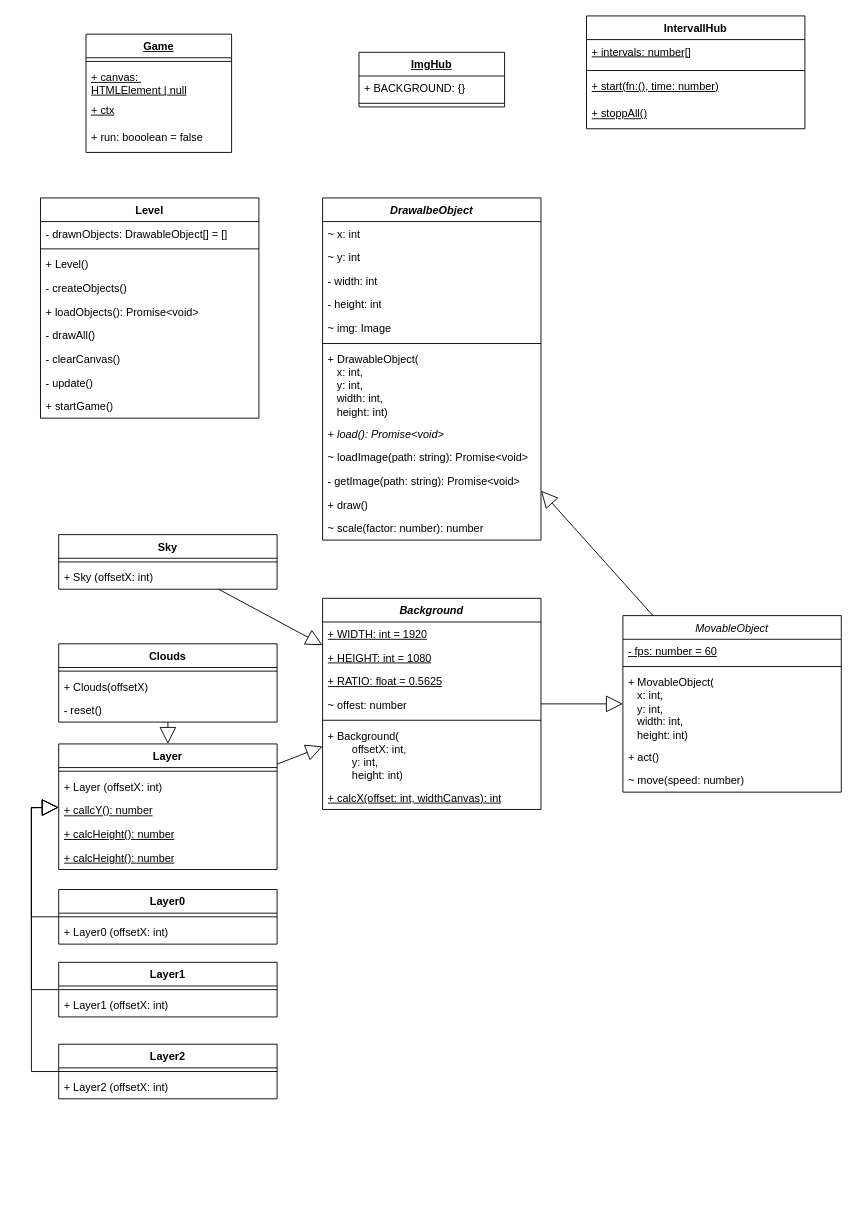
This is docs/classes.drawio from elma1989/el-pollo-loco, a draw.io file, before an edit. Source tidied: cells renumbered, new cells numbered last; positions are measured from the earlier drawing's top-left corner, leaving out a move shared by most shapes. Both pictures are drawn from the tidied source at 91%, with x=0, y=0 at pixel (31, 15).
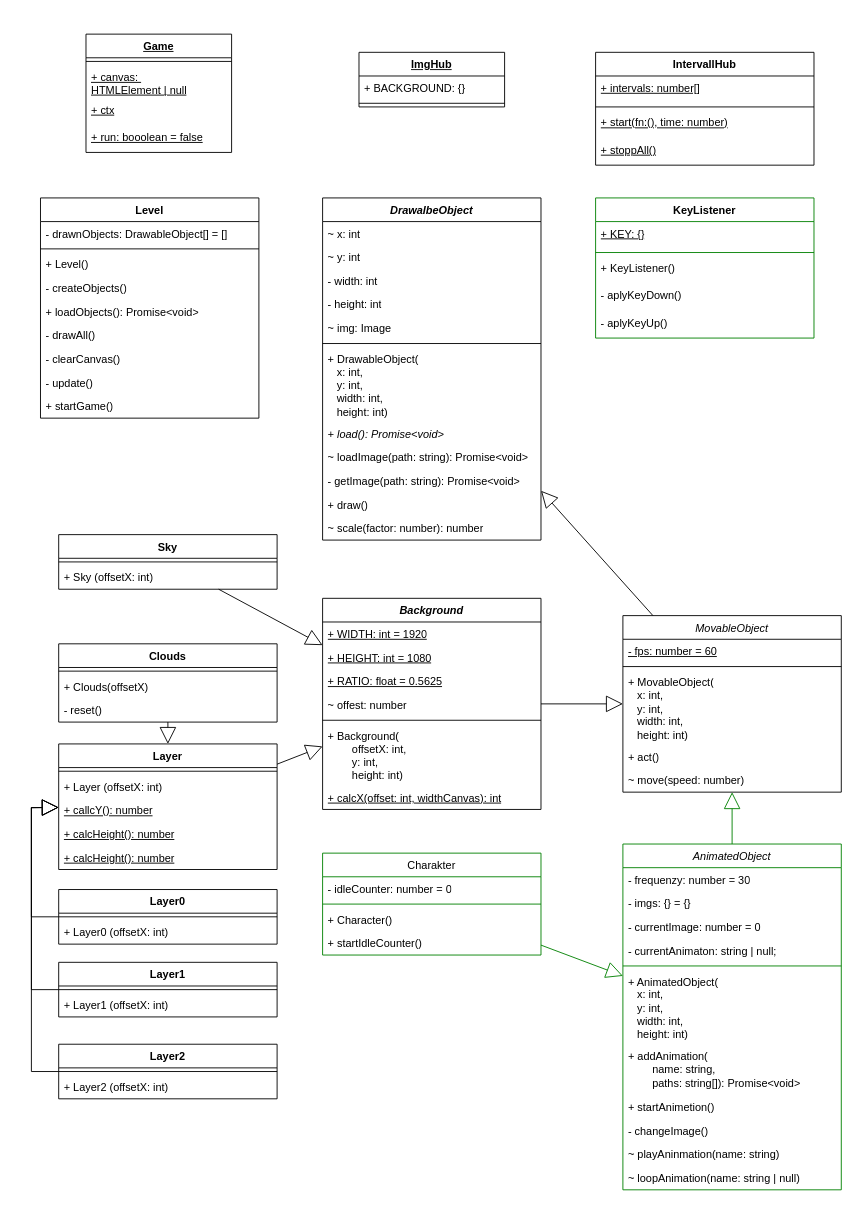
Above is the later version.

Commit message (it also covers changes not shown here):
doc: Updated classes.drawio - Added classes to Character (#32)

Unchanged cells that the change refers to:
```xml
<mxCell id="2" value="Game" style="swimlane;fontStyle=5;align=center;verticalAlign=top;horizontal=1;startSize=26;whiteSpace=wrap;html=1;" parent="1" vertex="1">
  <mxGeometry x="60" y="20" width="160" height="130" as="geometry" />
</mxCell>
<mxCell id="65" value="MovableObject" style="swimlane;align=center;verticalAlign=top;horizontal=1;startSize=26;whiteSpace=wrap;html=1;strokeColor=default;fontStyle=2;" parent="1" vertex="1">
  <mxGeometry x="650" y="659" width="240" height="194" as="geometry" />
</mxCell>
```

What changed in the source:
```diff
@@
-    <mxCell id="6" value="+ run: booolean = false" style="text;strokeColor=none;fillColor=none;align=left;verticalAlign=top;spacingLeft=4;spacingRight=4;overflow=hidden;whiteSpace=wrap;html=1;" parent="2" vertex="1">
+    <mxCell id="6" value="+ run: booolean = false" style="text;strokeColor=none;fillColor=none;align=left;verticalAlign=top;spacingLeft=4;spacingRight=4;overflow=hidden;whiteSpace=wrap;html=1;fontStyle=4;" parent="2" vertex="1">
       <mxGeometry y="100" width="160" height="30" as="geometry" />
     </mxCell>
@@
     <mxCell id="71" value="IntervallHub" style="swimlane;align=center;verticalAlign=top;horizontal=1;startSize=26;whiteSpace=wrap;html=1;strokeColor=default;" parent="1" vertex="1">
-      <mxGeometry x="610" width="240" height="124" as="geometry" />
+      <mxGeometry x="620" y="40" width="240" height="124" as="geometry" />
     </mxCell>
@@
+    <mxCell id="82" value="AnimatedObject" style="swimlane;align=center;verticalAlign=top;horizontal=1;startSize=26;whiteSpace=wrap;html=1;strokeColor=light-dark(#008000,#80FF80);fontStyle=2;" parent="1" vertex="1">
+      <mxGeometry x="650" y="910" width="240" height="380" as="geometry" />
+    </mxCell>
+    <mxCell id="83" value="- frequenzy: number = 30" style="text;strokeColor=none;fillColor=none;align=left;verticalAlign=top;spacingLeft=4;spacingRight=4;overflow=hidden;whiteSpace=wrap;html=1;fontStyle=0;" parent="82" vertex="1">
+      <mxGeometry y="26" width="240" height="26" as="geometry" />
+    </mxCell>
+    <mxCell id="84" value="- imgs: {} = {}" style="text;strokeColor=none;fillColor=none;align=left;verticalAlign=top;spacingLeft=4;spacingRight=4;overflow=hidden;whiteSpace=wrap;html=1;fontStyle=0;" parent="82" vertex="1">
+      <mxGeometry y="52" width="240" height="26" as="geometry" />
+    </mxCell>
+    <mxCell id="85" value="- currentImage: number = 0" style="text;strokeColor=none;fillColor=none;align=left;verticalAlign=top;spacingLeft=4;spacingRight=4;overflow=hidden;whiteSpace=wrap;html=1;fontStyle=0;" parent="82" vertex="1">
+      <mxGeometry y="78" width="240" height="26" as="geometry" />
+    </mxCell>
+    <mxCell id="86" value="- currentAnimaton: string | null;" style="text;strokeColor=none;fillColor=none;align=left;verticalAlign=top;spacingLeft=4;spacingRight=4;overflow=hidden;whiteSpace=wrap;html=1;fontStyle=0;" parent="82" vertex="1">
+      <mxGeometry y="104" width="240" height="26" as="geometry" />
+    </mxCell>
+    <mxCell id="87" style="line;strokeWidth=1;fillColor=none;align=left;verticalAlign=middle;spacingTop=-1;spacingLeft=3;spacingRight=3;labelPosition=right;strokeColor=inherit;" parent="82" vertex="1">
+      <mxGeometry y="130" width="240" height="8" as="geometry" />
+    </mxCell>
+    <mxCell id="88" value="+ AnimatedObject(&lt;div&gt;&amp;nbsp; &amp;nbsp;x: int,&lt;/div&gt;&lt;div&gt;&amp;nbsp; &amp;nbsp;y: int,&lt;/div&gt;&lt;div&gt;&amp;nbsp; &amp;nbsp;width: int,&lt;/div&gt;&lt;div&gt;&amp;nbsp; &amp;nbsp;height: int)&lt;/div&gt;" style="text;strokeColor=none;fillColor=none;align=left;verticalAlign=top;spacingLeft=4;spacingRight=4;overflow=hidden;whiteSpace=wrap;html=1;" parent="82" vertex="1">
+      <mxGeometry y="138" width="240" height="82" as="geometry" />
+    </mxCell>
+    <mxCell id="89" value="+ addAnimation(&lt;div&gt;&lt;span style=&quot;white-space: pre;&quot;&gt;&#9;&lt;/span&gt;name: string,&lt;br&gt;&lt;/div&gt;&lt;div&gt;&lt;span style=&quot;white-space: pre;&quot;&gt;&#9;&lt;/span&gt;paths: string[]): Promise&amp;lt;void&amp;gt;&lt;br&gt;&lt;/div&gt;" style="text;strokeColor=none;fillColor=none;align=left;verticalAlign=top;spacingLeft=4;spacingRight=4;overflow=hidden;whiteSpace=wrap;html=1;fontStyle=0;" parent="82" vertex="1">
+      <mxGeometry y="220" width="240" height="56" as="geometry" />
+    </mxCell>
+    <mxCell id="90" value="+ startAnimetion()" style="text;strokeColor=none;fillColor=none;align=left;verticalAlign=top;spacingLeft=4;spacingRight=4;overflow=hidden;whiteSpace=wrap;html=1;fontStyle=0;" parent="82" vertex="1">
+      <mxGeometry y="276" width="240" height="26" as="geometry" />
+    </mxCell>
+    <mxCell id="91" value="- changeImage()" style="text;strokeColor=none;fillColor=none;align=left;verticalAlign=top;spacingLeft=4;spacingRight=4;overflow=hidden;whiteSpace=wrap;html=1;fontStyle=0;" parent="82" vertex="1">
+      <mxGeometry y="302" width="240" height="26" as="geometry" />
+    </mxCell>
+    <mxCell id="92" value="~ playAninmation(name: string)" style="text;strokeColor=none;fillColor=none;align=left;verticalAlign=top;spacingLeft=4;spacingRight=4;overflow=hidden;whiteSpace=wrap;html=1;fontStyle=0;" parent="82" vertex="1">
+      <mxGeometry y="328" width="240" height="26" as="geometry" />
+    </mxCell>
+    <mxCell id="93" value="~ loopAnimation(name: string | null)" style="text;strokeColor=none;fillColor=none;align=left;verticalAlign=top;spacingLeft=4;spacingRight=4;overflow=hidden;whiteSpace=wrap;html=1;fontStyle=0;" parent="82" vertex="1">
+      <mxGeometry y="354" width="240" height="26" as="geometry" />
+    </mxCell>
+    <mxCell id="94" value="KeyListener" style="swimlane;align=center;verticalAlign=top;horizontal=1;startSize=26;whiteSpace=wrap;html=1;strokeColor=light-dark(#008000,#80FF80);" parent="1" vertex="1">
+      <mxGeometry x="620" y="200" width="240" height="154" as="geometry" />
+    </mxCell>
+    <mxCell id="95" value="+ KEY: {}" style="text;strokeColor=none;fillColor=none;align=left;verticalAlign=top;spacingLeft=4;spacingRight=4;overflow=hidden;whiteSpace=wrap;html=1;fontStyle=4;" parent="94" vertex="1">
+      <mxGeometry y="26" width="240" height="30" as="geometry" />
+    </mxCell>
+    <mxCell id="96" style="line;strokeWidth=1;fillColor=none;align=left;verticalAlign=middle;spacingTop=-1;spacingLeft=3;spacingRight=3;labelPosition=right;strokeColor=inherit;" parent="94" vertex="1">
+      <mxGeometry y="56" width="240" height="8" as="geometry" />
+    </mxCell>
+    <mxCell id="97" value="+ KeyListener()" style="text;strokeColor=none;fillColor=none;align=left;verticalAlign=top;spacingLeft=4;spacingRight=4;overflow=hidden;whiteSpace=wrap;html=1;fontStyle=0;" parent="94" vertex="1">
+      <mxGeometry y="64" width="240" height="30" as="geometry" />
+    </mxCell>
+    <mxCell id="98" value="- a&lt;span style=&quot;background-color: transparent; color: light-dark(rgb(0, 0, 0), rgb(255, 255, 255));&quot;&gt;plyKeyDown()&lt;/span&gt;" style="text;strokeColor=none;fillColor=none;align=left;verticalAlign=top;spacingLeft=4;spacingRight=4;overflow=hidden;whiteSpace=wrap;html=1;fontStyle=0;" parent="94" vertex="1">
+      <mxGeometry y="94" width="240" height="30" as="geometry" />
+    </mxCell>
+    <mxCell id="99" value="- aplyKeyUp()&amp;nbsp;" style="text;strokeColor=none;fillColor=none;align=left;verticalAlign=top;spacingLeft=4;spacingRight=4;overflow=hidden;whiteSpace=wrap;html=1;fontStyle=0;" parent="94" vertex="1">
+      <mxGeometry y="124" width="240" height="30" as="geometry" />
+    </mxCell>
+    <mxCell id="100" style="endArrow=block;endSize=16;endFill=0;html=1;rounded=0;strokeColor=light-dark(#008000,#80FF80);" parent="1" edge="1" source="82" target="65">
+      <mxGeometry relative="1" as="geometry" />
+    </mxCell>
+    <mxCell id="101" value="Charakter" style="swimlane;align=center;verticalAlign=top;horizontal=1;startSize=26;whiteSpace=wrap;html=1;strokeColor=light-dark(#008000,#80FF80);fontStyle=0;" parent="1" vertex="1">
+      <mxGeometry x="320" y="920" width="240" height="112" as="geometry" />
+    </mxCell>
+    <mxCell id="102" value="- idleCounter: number = 0" style="text;strokeColor=none;fillColor=none;align=left;verticalAlign=top;spacingLeft=4;spacingRight=4;overflow=hidden;whiteSpace=wrap;html=1;fontStyle=0;" parent="101" vertex="1">
+      <mxGeometry y="26" width="240" height="26" as="geometry" />
+    </mxCell>
+    <mxCell id="103" style="line;strokeWidth=1;fillColor=none;align=left;verticalAlign=middle;spacingTop=-1;spacingLeft=3;spacingRight=3;labelPosition=right;strokeColor=inherit;" parent="101" vertex="1">
+      <mxGeometry y="52" width="240" height="8" as="geometry" />
+    </mxCell>
+    <mxCell id="104" value="+ Character()" style="text;strokeColor=none;fillColor=none;align=left;verticalAlign=top;spacingLeft=4;spacingRight=4;overflow=hidden;whiteSpace=wrap;html=1;fontStyle=0;" parent="101" vertex="1">
+      <mxGeometry y="60" width="240" height="26" as="geometry" />
+    </mxCell>
+    <mxCell id="105" value="+ startIdleCounter()" style="text;strokeColor=none;fillColor=none;align=left;verticalAlign=top;spacingLeft=4;spacingRight=4;overflow=hidden;whiteSpace=wrap;html=1;fontStyle=0;" parent="101" vertex="1">
+      <mxGeometry y="86" width="240" height="26" as="geometry" />
+    </mxCell>
+    <mxCell id="106" style="endArrow=block;endSize=16;endFill=0;html=1;rounded=0;strokeColor=light-dark(#008000,#80FF80);" parent="1" edge="1" source="101" target="82">
+      <mxGeometry relative="1" as="geometry" />
+    </mxCell>
```
